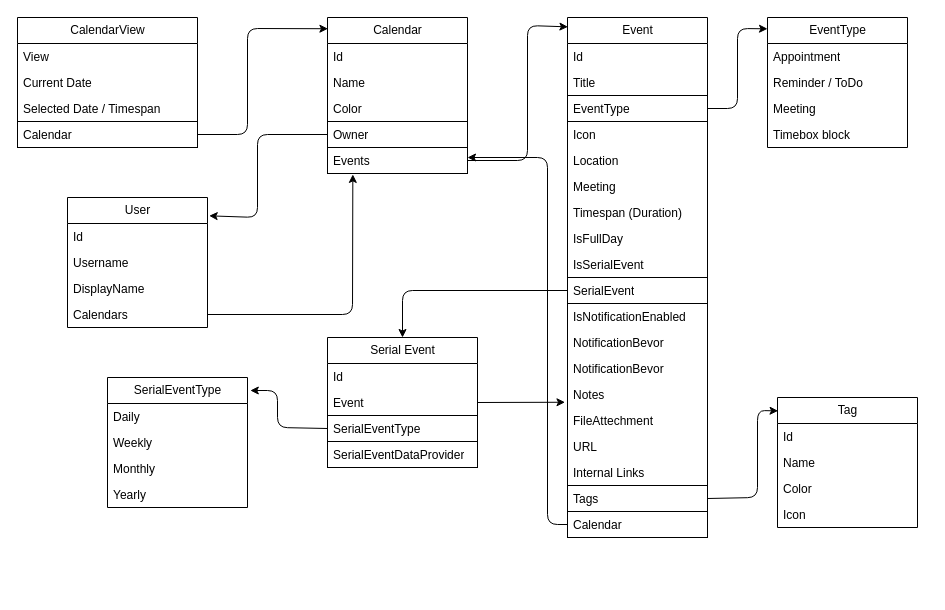
Above: page "Domain" (1 of 2) of Architecture/Domains/Calendar.drawio in TodoXpress/Documentation (draw.io), before the change. Source tidied: cells renumbered, new cells numbered last; positions are measured from the earlier drawing's top-left corner, leaving out a move shared by most shapes. Both pictures are drawn from the tidied source at 100%, with x=0, y=0 at pixel (17, 17).
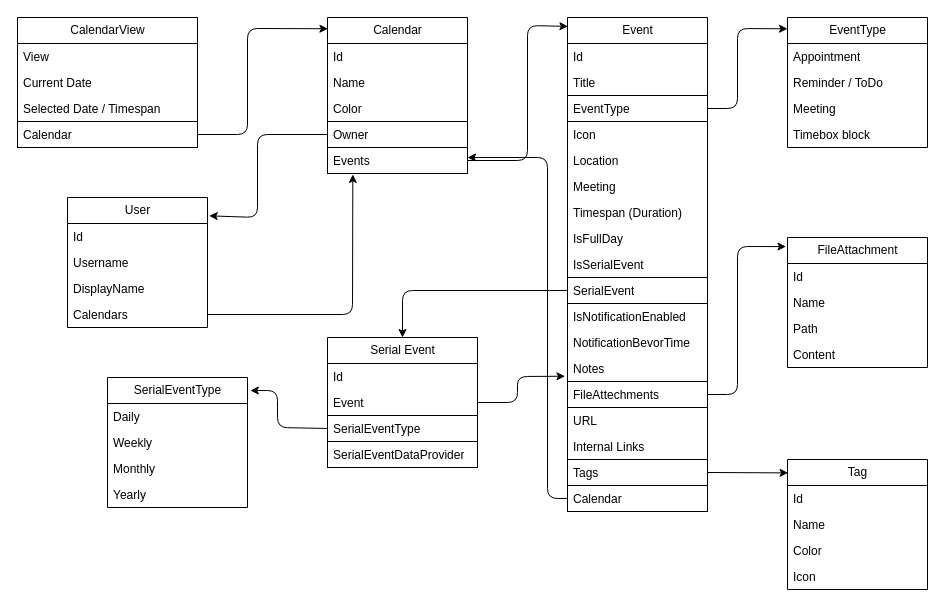
The same page after the edit.

Unchanged cells that the change refers to:
```xml
<mxCell id="38" value="Event" style="text;strokeColor=none;fillColor=none;align=left;verticalAlign=top;spacingLeft=4;spacingRight=4;overflow=hidden;points=[[0,0.5],[1,0.5]];portConstraint=eastwest;whiteSpace=wrap;html=1;" parent="36" vertex="1">
  <mxGeometry y="52" width="150" height="26" as="geometry" />
</mxCell>
```

What changed in the source:
```diff
@@
     <mxCell id="14" value="Event" style="swimlane;fontStyle=0;horizontal=1;startSize=26;fillColor=none;html=1;strokeColor=default;" parent="1" vertex="1">
-      <mxGeometry x="550" width="140" height="520" as="geometry" />
+      <mxGeometry x="550" width="140" height="494" as="geometry" />
     </mxCell>
@@
-    <mxCell id="26" value="NotificationBevor" style="text;strokeColor=none;fillColor=none;align=left;verticalAlign=top;spacingLeft=4;spacingRight=4;overflow=hidden;whiteSpace=wrap;html=1;" parent="14" vertex="1">
+    <mxCell id="26" value="NotificationBevorTime" style="text;strokeColor=none;fillColor=none;align=left;verticalAlign=top;spacingLeft=4;spacingRight=4;overflow=hidden;whiteSpace=wrap;html=1;" parent="14" vertex="1">
       <mxGeometry y="312" width="140" height="26" as="geometry" />
     </mxCell>
-    <mxCell id="27" value="NotificationBevor" style="text;strokeColor=none;fillColor=none;align=left;verticalAlign=top;spacingLeft=4;spacingRight=4;overflow=hidden;whiteSpace=wrap;html=1;" parent="14" vertex="1">
-      <mxGeometry y="338" width="140" height="26" as="geometry" />
-    </mxCell>
     <mxCell id="28" value="Notes" style="text;strokeColor=none;fillColor=none;align=left;verticalAlign=top;spacingLeft=4;spacingRight=4;overflow=hidden;points=[[0,0.5],[1,0.5]];portConstraint=eastwest;whiteSpace=wrap;html=1;" parent="14" vertex="1">
-      <mxGeometry y="364" width="140" height="26" as="geometry" />
+      <mxGeometry y="338" width="140" height="26" as="geometry" />
     </mxCell>
-    <mxCell id="29" value="FileAttechment" style="text;strokeColor=none;fillColor=none;align=left;verticalAlign=top;spacingLeft=4;spacingRight=4;overflow=hidden;points=[[0,0.5],[1,0.5]];portConstraint=eastwest;whiteSpace=wrap;html=1;" parent="14" vertex="1">
-      <mxGeometry y="390" width="140" height="26" as="geometry" />
+    <mxCell id="29" value="FileAttechments" style="text;strokeColor=default;fillColor=none;align=left;verticalAlign=top;spacingLeft=4;spacingRight=4;overflow=hidden;points=[[0,0.5],[1,0.5]];portConstraint=eastwest;whiteSpace=wrap;html=1;" parent="14" vertex="1">
+      <mxGeometry y="364" width="140" height="26" as="geometry" />
     </mxCell>
     <mxCell id="30" value="URL" style="text;strokeColor=none;fillColor=none;align=left;verticalAlign=top;spacingLeft=4;spacingRight=4;overflow=hidden;whiteSpace=wrap;html=1;" parent="14" vertex="1">
-      <mxGeometry y="416" width="140" height="26" as="geometry" />
+      <mxGeometry y="390" width="140" height="26" as="geometry" />
     </mxCell>
     <mxCell id="31" value="Internal Links" style="text;strokeColor=none;fillColor=none;align=left;verticalAlign=top;spacingLeft=4;spacingRight=4;overflow=hidden;whiteSpace=wrap;html=1;" parent="14" vertex="1">
-      <mxGeometry y="442" width="140" height="26" as="geometry" />
+      <mxGeometry y="416" width="140" height="26" as="geometry" />
     </mxCell>
     <mxCell id="32" value="Tags" style="text;strokeColor=default;fillColor=none;align=left;verticalAlign=top;spacingLeft=4;spacingRight=4;overflow=hidden;points=[[0,0.5],[1,0.5]];portConstraint=eastwest;whiteSpace=wrap;html=1;" parent="14" vertex="1">
-      <mxGeometry y="468" width="140" height="26" as="geometry" />
+      <mxGeometry y="442" width="140" height="26" as="geometry" />
     </mxCell>
     <mxCell id="33" value="Calendar" style="text;strokeColor=default;fillColor=none;align=left;verticalAlign=top;spacingLeft=4;spacingRight=4;overflow=hidden;points=[[0,0.5],[1,0.5]];portConstraint=eastwest;whiteSpace=wrap;html=1;" parent="14" vertex="1">
-      <mxGeometry y="494" width="140" height="26" as="geometry" />
+      <mxGeometry y="468" width="140" height="26" as="geometry" />
     </mxCell>
@@
     <mxCell id="35" style="edgeStyle=none;html=1;exitX=0;exitY=0.5;exitDx=0;exitDy=0;" parent="1" edge="1" source="33">
       <mxGeometry relative="1" as="geometry">
         <mxPoint x="450" y="140" as="targetPoint" />
         <Array as="points">
-          <mxPoint x="530" y="507" />
+          <mxPoint x="530" y="481" />
           <mxPoint x="530" y="140" />
         </Array>
       </mxGeometry>
     </mxCell>
@@
     <mxCell id="48" value="EventType" style="swimlane;fontStyle=0;horizontal=1;startSize=26;fillColor=none;html=1;strokeColor=default;" parent="1" vertex="1">
-      <mxGeometry x="750" width="140" height="130" as="geometry" />
+      <mxGeometry x="770" width="140" height="130" as="geometry" />
     </mxCell>
@@
     <mxCell id="60" value="Tag" style="swimlane;fontStyle=0;horizontal=1;startSize=26;fillColor=none;html=1;" parent="1" vertex="1">
-      <mxGeometry x="760" y="380" width="140" height="130" as="geometry" />
+      <mxGeometry x="770" y="442" width="140" height="130" as="geometry" />
     </mxCell>
@@
     <mxCell id="65" style="edgeStyle=none;html=1;exitX=1;exitY=0.5;exitDx=0;exitDy=0;entryX=0.004;entryY=0.103;entryDx=0;entryDy=0;entryPerimeter=0;" parent="1" edge="1" source="32" target="60">
-      <mxGeometry relative="1" as="geometry">
-        <Array as="points">
-          <mxPoint x="740" y="480" />
-          <mxPoint x="740" y="393" />
-        </Array>
-      </mxGeometry>
+      <mxGeometry relative="1" as="geometry" />
     </mxCell>
@@
     <mxCell id="67" style="edgeStyle=none;html=1;exitX=1;exitY=0.5;exitDx=0;exitDy=0;entryX=-0.018;entryY=0.798;entryDx=0;entryDy=0;entryPerimeter=0;" parent="1" edge="1" source="38" target="28">
-      <mxGeometry relative="1" as="geometry" />
+      <mxGeometry relative="1" as="geometry">
+        <Array as="points">
+          <mxPoint x="500" y="385" />
+          <mxPoint x="500" y="359" />
+        </Array>
+      </mxGeometry>
     </mxCell>
+    <mxCell id="68" value="FileAttachment" style="swimlane;fontStyle=0;horizontal=1;startSize=26;fillColor=none;html=1;strokeColor=default;" parent="1" vertex="1">
+      <mxGeometry x="770" y="220" width="140" height="130" as="geometry" />
+    </mxCell>
+    <mxCell id="69" value="Id" style="text;strokeColor=none;fillColor=none;align=left;verticalAlign=top;spacingLeft=4;spacingRight=4;overflow=hidden;whiteSpace=wrap;html=1;" parent="68" vertex="1">
+      <mxGeometry y="26" width="140" height="26" as="geometry" />
+    </mxCell>
+    <mxCell id="70" value="Name" style="text;strokeColor=none;fillColor=none;align=left;verticalAlign=top;spacingLeft=4;spacingRight=4;overflow=hidden;whiteSpace=wrap;html=1;" parent="68" vertex="1">
+      <mxGeometry y="52" width="140" height="26" as="geometry" />
+    </mxCell>
+    <mxCell id="71" value="Path" style="text;strokeColor=none;fillColor=none;align=left;verticalAlign=top;spacingLeft=4;spacingRight=4;overflow=hidden;whiteSpace=wrap;html=1;" parent="68" vertex="1">
+      <mxGeometry y="78" width="140" height="26" as="geometry" />
+    </mxCell>
+    <mxCell id="72" value="Content" style="text;strokeColor=none;fillColor=none;align=left;verticalAlign=top;spacingLeft=4;spacingRight=4;overflow=hidden;whiteSpace=wrap;html=1;" parent="68" vertex="1">
+      <mxGeometry y="104" width="140" height="26" as="geometry" />
+    </mxCell>
+    <mxCell id="73" style="edgeStyle=none;html=1;exitX=1;exitY=0.5;exitDx=0;exitDy=0;entryX=-0.011;entryY=0.07;entryDx=0;entryDy=0;entryPerimeter=0;" parent="1" edge="1" source="29" target="68">
+      <mxGeometry relative="1" as="geometry">
+        <Array as="points">
+          <mxPoint x="720" y="377" />
+          <mxPoint x="720" y="229" />
+        </Array>
+      </mxGeometry>
+    </mxCell>
```
